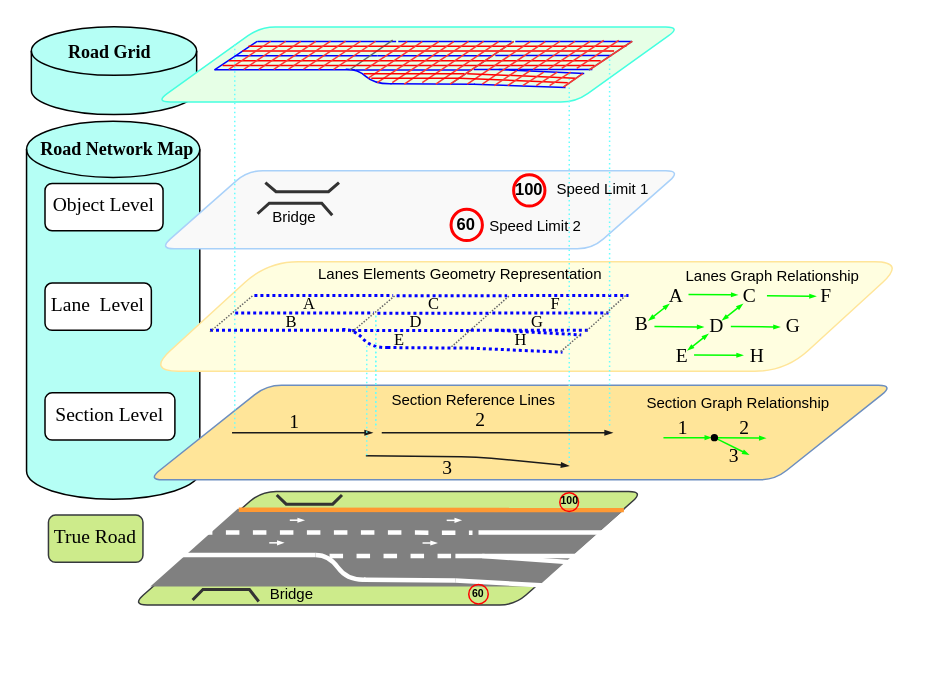
This is road_map.drawio from LimingGao/draw_io, a draw.io file, before an edit. Source tidied: cells renumbered, new cells numbered last; positions are measured from the earlier drawing's top-left corner, leaving out a move shared by most shapes. Both pictures are drawn from the tidied source at 150%, with x=0, y=0 at pixel (26, 26).
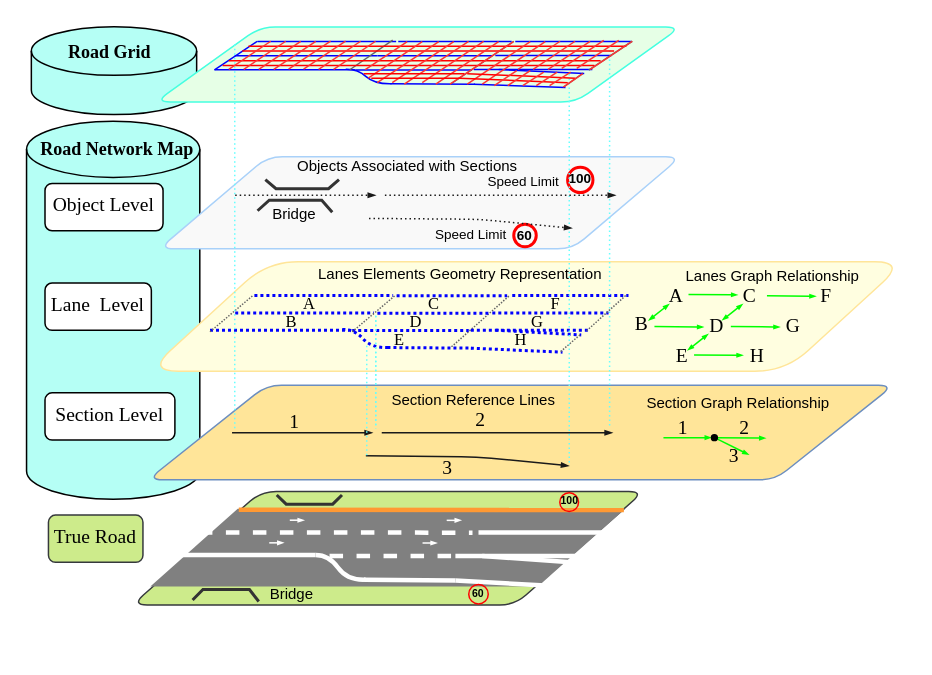
Above is the later version.

What changed in the source:
```diff
@@
-    <mxCell id="4" style="shape=parallelogram;perimeter=parallelogramPerimeter;whiteSpace=wrap;fixedSize=1;fontFamily=Times New Roman;size=59.093999999999994;labelBorderColor=none;rounded=1;fillColor=#F9F9F9;strokeColor=#A9D1F9;" parent="1" vertex="1">
-      <mxGeometry x="88.6" y="96.3" width="347.8" height="52.1" as="geometry" />
+    <mxCell id="4" style="shape=parallelogram;perimeter=parallelogramPerimeter;whiteSpace=wrap;fixedSize=1;fontFamily=Times New Roman;size=72.23199999999997;labelBorderColor=none;rounded=1;fillColor=#F9F9F9;strokeColor=#A9D1F9;" parent="1" vertex="1">
+      <mxGeometry x="88.6" y="87" width="347.8" height="61.4" as="geometry" />
     </mxCell>
@@
-    <mxCell id="12" value="100" style="ellipse;whiteSpace=wrap;rounded=1;shadow=0;sketch=0;gradientColor=#ea6b66;fillColor=none;strokeColor=#FF0000;strokeWidth=2;fontSize=11;fontStyle=1;" parent="1" vertex="1">
-      <mxGeometry x="324.9" y="99" width="20.9" height="20.9" as="geometry" />
+    <mxCell id="12" value="100" style="ellipse;whiteSpace=wrap;rounded=1;shadow=0;sketch=0;gradientColor=#ea6b66;fillColor=none;strokeColor=#FF0000;strokeWidth=2;fontSize=9;fontStyle=1;" parent="1" vertex="1">
+      <mxGeometry x="360.9" y="94" width="16.9" height="16.9" as="geometry" />
     </mxCell>
-    <mxCell id="13" value="60" style="ellipse;whiteSpace=wrap;rounded=1;shadow=0;sketch=0;gradientColor=#ea6b66;fillColor=none;strokeColor=#FF0000;strokeWidth=2;fontSize=11;fontStyle=1;" parent="1" vertex="1">
-      <mxGeometry x="283.2" y="122" width="20.9" height="20.9" as="geometry" />
+    <mxCell id="13" value="60" style="ellipse;whiteSpace=wrap;rounded=1;shadow=0;sketch=0;gradientColor=#ea6b66;fillColor=none;strokeColor=#FF0000;strokeWidth=2;fontSize=9;fontStyle=1;" parent="1" vertex="1">
+      <mxGeometry x="325" y="132" width="15" height="15" as="geometry" />
     </mxCell>
@@
     <mxCell id="93" style="group;" parent="1" vertex="1">
-      <mxGeometry x="166.5" y="110.3" width="35.5" height="7.7" as="geometry" />
+      <mxGeometry x="166.5" y="108.3" width="35.5" height="7.7" as="geometry" />
     </mxCell>
@@
     <mxCell id="167" value="Bridge" style="text;fontSize=10;labelBackgroundColor=none;" parent="1" vertex="1">
-      <mxGeometry x="162.5" y="114.7" width="34.9" height="31.5" as="geometry" />
+      <mxGeometry x="162.5" y="112.7" width="34.9" height="31.5" as="geometry" />
     </mxCell>
-    <mxCell id="168" value="Speed Limit 1" style="text;fontSize=10;labelBackgroundColor=none;" parent="1" vertex="1">
-      <mxGeometry x="352" y="96.3" width="34.9" height="31.5" as="geometry" />
+    <mxCell id="168" value="Speed Limit " style="text;fontSize=9;labelBackgroundColor=none;" parent="1" vertex="1">
+      <mxGeometry x="306" y="92" width="92.3" height="31.5" as="geometry" />
     </mxCell>
-    <mxCell id="169" value="Speed Limit 2" style="text;fontSize=10;labelBackgroundColor=none;" parent="1" vertex="1">
-      <mxGeometry x="307.1" y="121.3" width="34.9" height="31.5" as="geometry" />
-    </mxCell>
+    <mxCell id="170" style="endArrow=blockThin;fontSize=14;strokeColor=#1A1A1A;strokeWidth=1;endFill=1;exitX=0.365;exitY=0.505;exitDx=0;exitDy=0;exitPerimeter=0;endSize=3;entryX=0.565;entryY=0.852;entryDx=0;entryDy=0;entryPerimeter=0;dashed=1;dashPattern=1 2;" parent="1" edge="1">
+      <mxGeometry relative="1" as="geometry">
+        <mxPoint x="228.5" y="128.1" as="sourcePoint" />
+        <mxPoint x="364" y="134.7" as="targetPoint" />
+        <Array as="points">
+          <mxPoint x="302.1" y="128.7" />
+        </Array>
+      </mxGeometry>
+    </mxCell>
+    <mxCell id="171" style="endArrow=blockThin;fontSize=14;strokeWidth=1;endFill=1;strokeColor=#1A1A1A;endSize=3;dashed=1;dashPattern=1 2;" parent="1" edge="1">
+      <mxGeometry relative="1" as="geometry">
+        <mxPoint x="139.3" y="112.7" as="sourcePoint" />
+        <mxPoint x="233.1" y="112.7" as="targetPoint" />
+      </mxGeometry>
+    </mxCell>
+    <mxCell id="172" style="endArrow=blockThin;fontSize=14;strokeWidth=1;endFill=1;strokeColor=#1A1A1A;endSize=3;dashed=1;dashPattern=1 2;" parent="1" edge="1">
+      <mxGeometry relative="1" as="geometry">
+        <mxPoint x="239.1" y="112.7" as="sourcePoint" />
+        <mxPoint x="393.1" y="112.7" as="targetPoint" />
+      </mxGeometry>
+    </mxCell>
+    <mxCell id="173" value="Speed Limit " style="text;fontSize=9;labelBackgroundColor=none;" parent="1" vertex="1">
+      <mxGeometry x="271" y="127" width="57.4" height="20.7" as="geometry" />
+    </mxCell>
+    <mxCell id="174" value="Objects Associated with Sections" style="text;whiteSpace=wrap;fontSize=10;" parent="1" vertex="1">
+      <mxGeometry x="179.1" y="81.2" width="164.2" height="23.6" as="geometry" />
+    </mxCell>
```
